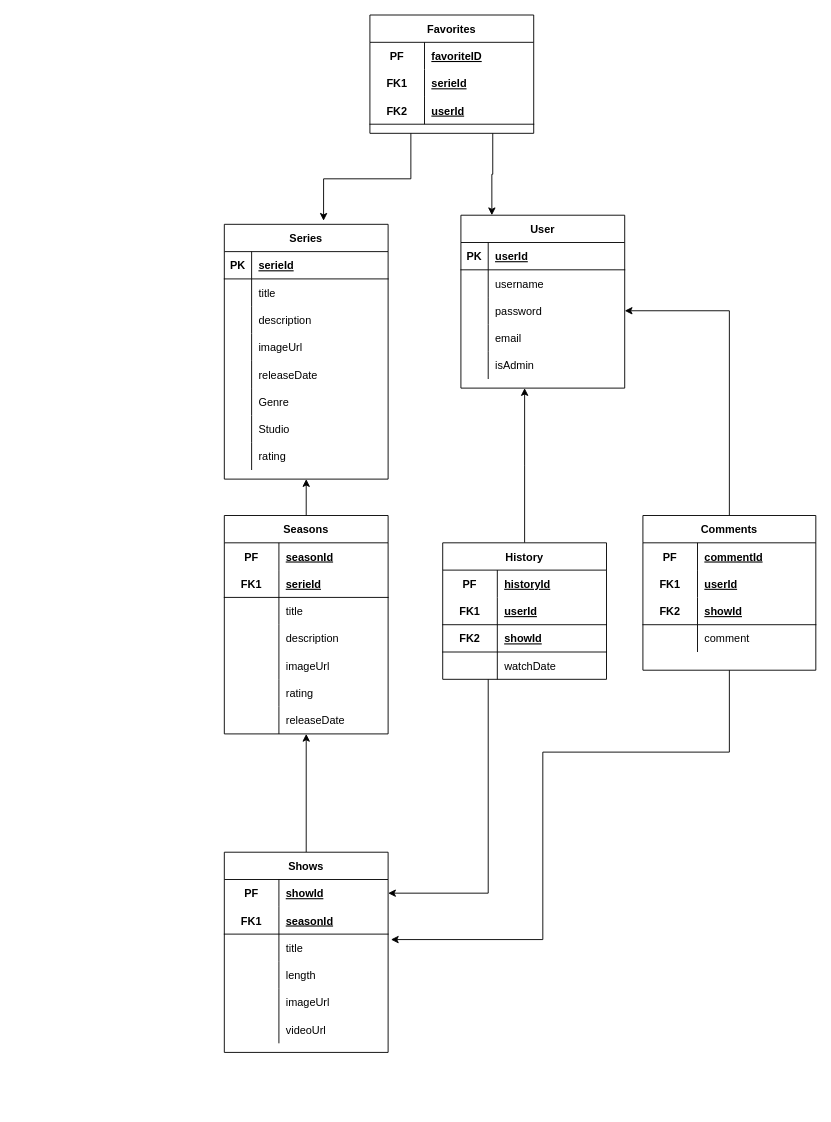
Before: Documentation/modele de donnee.drawio in DoBryanCS/GriffinPiece-Backend, a draw.io diagram. Source tidied: cells renumbered, new cells numbered last; positions are measured from the earlier drawing's top-left corner, leaving out a move shared by most shapes. Both pictures are drawn from the tidied source at 91%, with x=0, y=0 at pixel (224, 15).
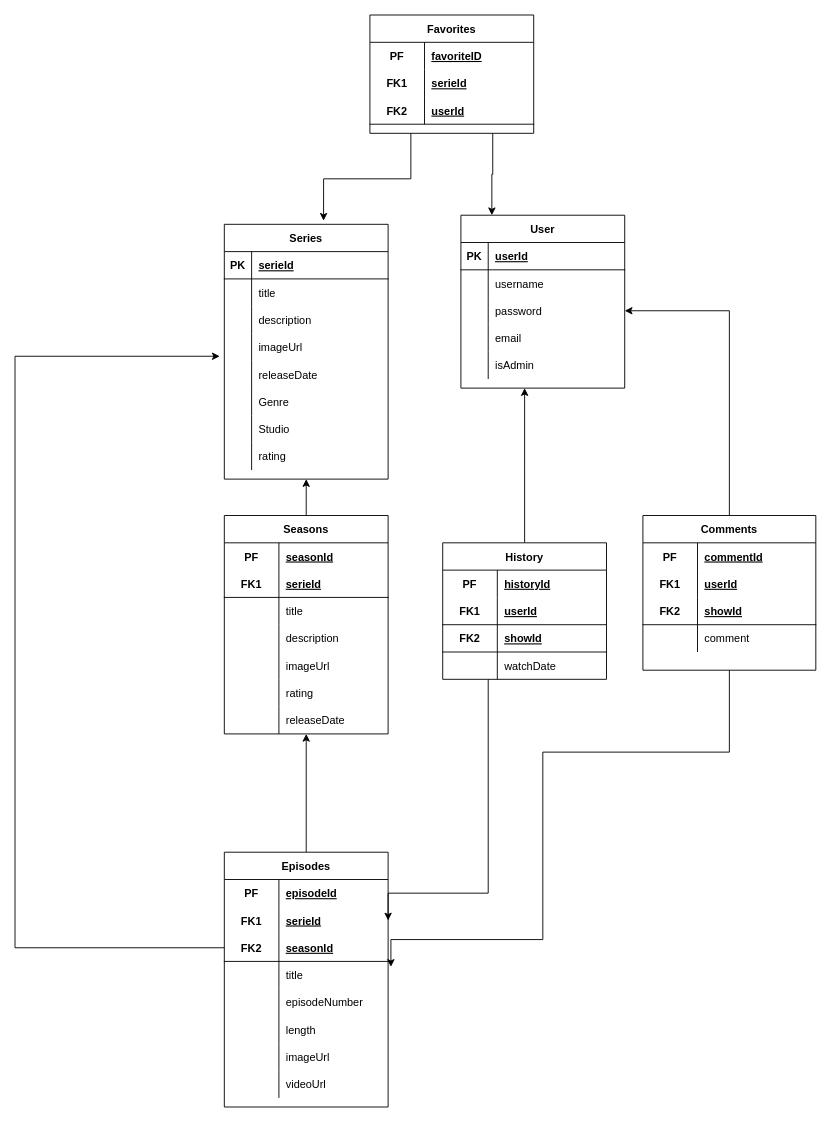
After the change.

The change refers to these unchanged cells:
```xml
<mxCell id="31" style="shape=tableRow;horizontal=0;startSize=0;swimlaneHead=0;swimlaneBody=0;fillColor=none;points=[[0,0.5],[1,0.5]];portConstraint=eastwest;top=0;left=0;right=0;bottom=0;" parent="18" vertex="1">
  <mxGeometry y="150" width="180" height="30" as="geometry" />
</mxCell>
```

What changed in the source:
```diff
@@
-    <mxCell id="59" value="Shows" style="shape=table;startSize=30;childLayout=tableLayout;rowLines=0;fontStyle=1;align=center;" parent="1" vertex="1">
-      <mxGeometry y="920" width="180" height="220" as="geometry" />
+    <mxCell id="59" value="Episodes" style="shape=table;startSize=30;childLayout=tableLayout;rowLines=0;fontStyle=1;align=center;" parent="1" vertex="1">
+      <mxGeometry y="920" width="180" height="280" as="geometry" />
     </mxCell>
+    <mxCell id="128" style="shape=tableRow;horizontal=0;startSize=0;swimlaneHead=0;swimlaneBody=0;fillColor=none;top=0;left=0;right=0;bottom=0;" parent="59" vertex="1">
+      <mxGeometry y="30" width="180" height="30" as="geometry" />
+    </mxCell>
+    <mxCell id="129" value="PF" style="shape=partialRectangle;fillColor=none;top=0;left=0;bottom=0;right=0;fontStyle=1;overflow=hidden;" parent="128" vertex="1">
+      <mxGeometry width="60" height="30" as="geometry" />
+    </mxCell>
+    <mxCell id="130" value="episodeId" style="shape=partialRectangle;fillColor=none;top=0;left=0;bottom=0;right=0;align=left;spacingLeft=6;fontStyle=5;overflow=hidden;" parent="128" vertex="1">
+      <mxGeometry x="60" width="120" height="30" as="geometry" />
+    </mxCell>
     <mxCell id="60" style="shape=tableRow;horizontal=0;startSize=0;swimlaneHead=0;swimlaneBody=0;fillColor=none;points=[[0,0.5],[1,0.5]];portConstraint=eastwest;top=0;left=0;right=0;bottom=0;" parent="59" vertex="1">
-      <mxGeometry y="30" width="180" height="30" as="geometry" />
+      <mxGeometry y="60" width="180" height="30" as="geometry" />
     </mxCell>
-    <mxCell id="61" value="PF" style="shape=partialRectangle;fillColor=none;top=0;left=0;bottom=0;right=0;fontStyle=1;overflow=hidden;" parent="60" vertex="1">
+    <mxCell id="61" value="FK1" style="shape=partialRectangle;fillColor=none;top=0;left=0;bottom=0;right=0;fontStyle=1;overflow=hidden;" parent="60" vertex="1">
       <mxGeometry width="60" height="30" as="geometry" />
     </mxCell>
-    <mxCell id="62" value="showId" style="shape=partialRectangle;fillColor=none;top=0;left=0;bottom=0;right=0;align=left;spacingLeft=6;fontStyle=5;overflow=hidden;" parent="60" vertex="1">
+    <mxCell id="62" value="serieId" style="shape=partialRectangle;fillColor=none;top=0;left=0;bottom=0;right=0;align=left;spacingLeft=6;fontStyle=5;overflow=hidden;" parent="60" vertex="1">
       <mxGeometry x="60" width="120" height="30" as="geometry" />
     </mxCell>
     <mxCell id="63" style="shape=tableRow;horizontal=0;startSize=0;swimlaneHead=0;swimlaneBody=0;fillColor=none;points=[[0,0.5],[1,0.5]];portConstraint=eastwest;top=0;left=0;right=0;bottom=1;" parent="59" vertex="1">
-      <mxGeometry y="60" width="180" height="30" as="geometry" />
+      <mxGeometry y="90" width="180" height="30" as="geometry" />
     </mxCell>
-    <mxCell id="64" value="FK1" style="shape=partialRectangle;fillColor=none;top=0;left=0;bottom=0;right=0;fontStyle=1;overflow=hidden;" parent="63" vertex="1">
+    <mxCell id="64" value="FK2" style="shape=partialRectangle;fillColor=none;top=0;left=0;bottom=0;right=0;fontStyle=1;overflow=hidden;" parent="63" vertex="1">
       <mxGeometry width="60" height="30" as="geometry" />
     </mxCell>
@@
     <mxCell id="66" style="shape=tableRow;horizontal=0;startSize=0;swimlaneHead=0;swimlaneBody=0;fillColor=none;points=[[0,0.5],[1,0.5]];portConstraint=eastwest;top=0;left=0;right=0;bottom=0;" parent="59" vertex="1">
-      <mxGeometry y="90" width="180" height="30" as="geometry" />
+      <mxGeometry y="120" width="180" height="30" as="geometry" />
     </mxCell>
@@
+    <mxCell id="131" style="shape=tableRow;horizontal=0;startSize=0;swimlaneHead=0;swimlaneBody=0;fillColor=none;top=0;left=0;right=0;bottom=0;" parent="59" vertex="1">
+      <mxGeometry y="150" width="180" height="30" as="geometry" />
+    </mxCell>
+    <mxCell id="132" style="shape=partialRectangle;fillColor=none;top=0;left=0;bottom=0;right=0;overflow=hidden;" parent="131" vertex="1">
+      <mxGeometry width="60" height="30" as="geometry" />
+    </mxCell>
+    <mxCell id="133" value="episodeNumber" style="shape=partialRectangle;fillColor=none;top=0;left=0;bottom=0;right=0;align=left;spacingLeft=6;overflow=hidden;" parent="131" vertex="1">
+      <mxGeometry x="60" width="120" height="30" as="geometry" />
+    </mxCell>
     <mxCell id="69" style="shape=tableRow;horizontal=0;startSize=0;swimlaneHead=0;swimlaneBody=0;fillColor=none;top=0;left=0;right=0;bottom=0;" parent="59" vertex="1">
-      <mxGeometry y="120" width="180" height="30" as="geometry" />
+      <mxGeometry y="180" width="180" height="30" as="geometry" />
     </mxCell>
@@
     <mxCell id="72" style="shape=tableRow;horizontal=0;startSize=0;swimlaneHead=0;swimlaneBody=0;fillColor=none;top=0;left=0;right=0;bottom=0;" parent="59" vertex="1">
-      <mxGeometry y="150" width="180" height="30" as="geometry" />
+      <mxGeometry y="210" width="180" height="30" as="geometry" />
     </mxCell>
@@
     <mxCell id="75" style="shape=tableRow;horizontal=0;startSize=0;swimlaneHead=0;swimlaneBody=0;fillColor=none;top=0;left=0;right=0;bottom=0;" parent="59" vertex="1">
-      <mxGeometry y="180" width="180" height="30" as="geometry" />
+      <mxGeometry y="240" width="180" height="30" as="geometry" />
     </mxCell>
@@
+    <mxCell id="134" style="edgeStyle=orthogonalEdgeStyle;rounded=0;jettySize=auto;html=1;exitX=0;exitY=0.5;exitDx=0;exitDy=0;entryX=-0.028;entryY=-0.167;entryDx=0;entryDy=0;entryPerimeter=0;" parent="1" edge="1" source="63" target="31">
+      <mxGeometry relative="1" as="geometry">
+        <Array as="points">
+          <mxPoint x="-230" y="1025" />
+          <mxPoint x="-230" y="375" />
+        </Array>
+      </mxGeometry>
+    </mxCell>
```
